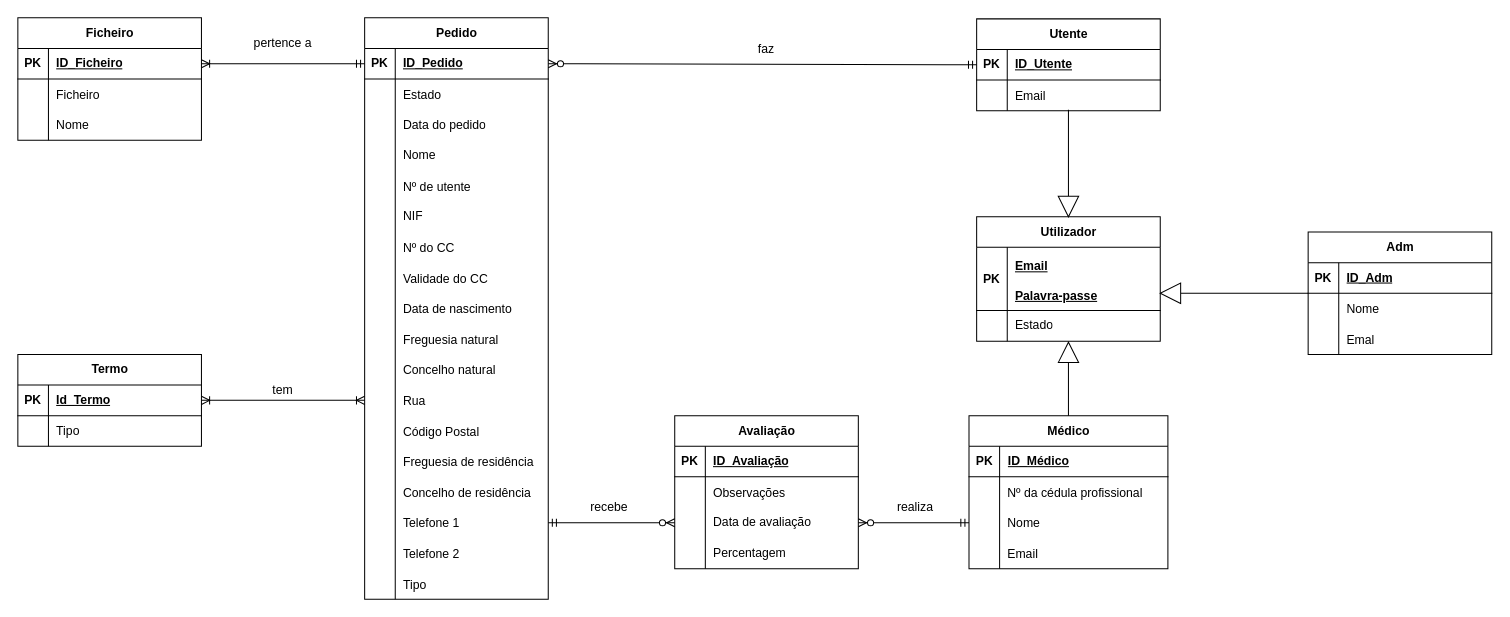
This is Diagramas/ER/diagrama_ER_JMAI.drawio from xaloftal/Juntas, a draw.io file, before an edit. Source tidied: cells renumbered, new cells numbered last; positions are measured from the earlier drawing's top-left corner, leaving out a move shared by most shapes. Both pictures are drawn from the tidied source at 102%, with x=0, y=0 at pixel (17, 17).
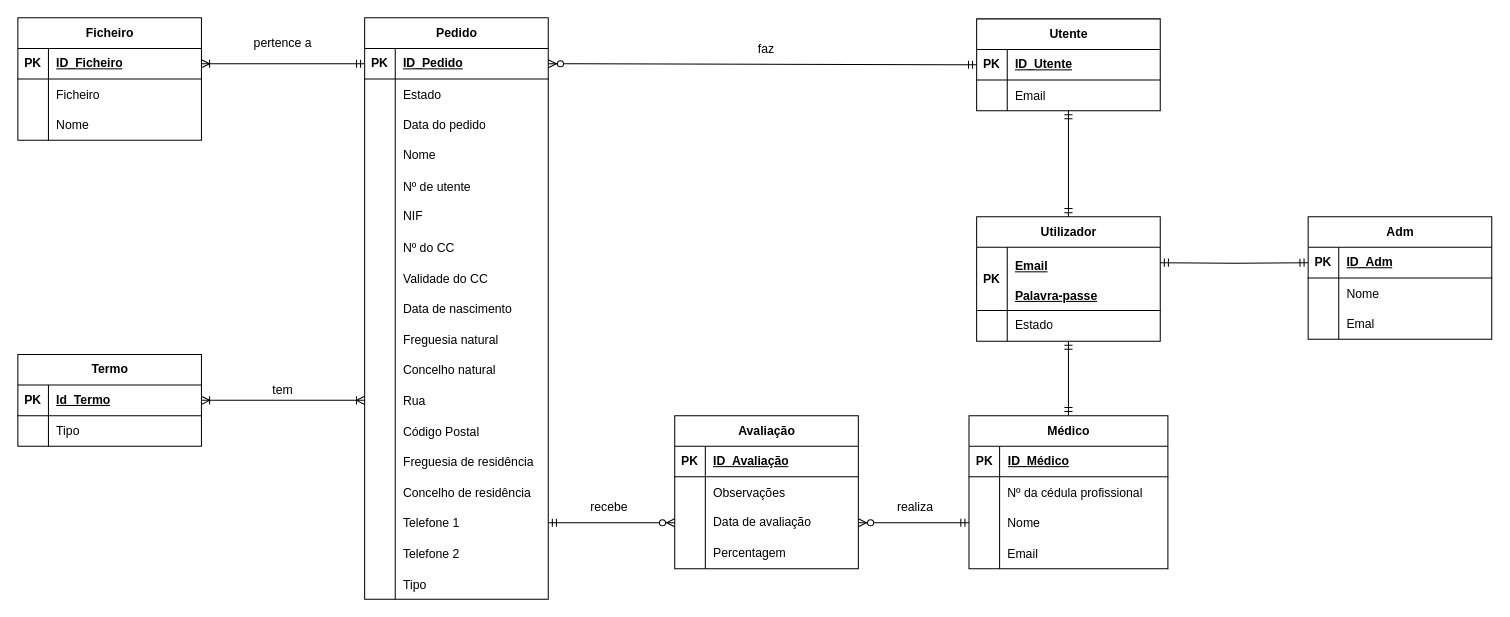
The same diagram, later.

Unchanged cells that the change refers to:
```xml
<mxCell id="80" value="Utilizador" style="shape=table;startSize=30;childLayout=tableLayout;rowLines=0;fontStyle=1;align=center;html=1;" parent="1" vertex="1">
  <mxGeometry x="940" y="195" width="180" height="122" as="geometry" />
</mxCell>
<mxCell id="91" style="shape=tableRow;horizontal=0;startSize=0;swimlaneHead=0;swimlaneBody=0;fillColor=none;points=[[0,0.5],[1,0.5]];portConstraint=eastwest;top=0;left=0;right=0;bottom=0;" parent="87" vertex="1">
  <mxGeometry y="60" width="180" height="30" as="geometry" />
</mxCell>
<mxCell id="95" style="shape=tableRow;horizontal=0;startSize=0;swimlaneHead=0;swimlaneBody=0;fillColor=none;points=[[0,0.5],[1,0.5]];portConstraint=eastwest;top=0;left=0;right=0;bottom=1;" parent="94" vertex="1">
  <mxGeometry y="30" width="180" height="30" as="geometry" />
</mxCell>
<mxCell id="104" value="Médico" style="shape=table;startSize=30;childLayout=tableLayout;rowLines=0;fontStyle=1;align=center;html=1;" parent="1" vertex="1">
  <mxGeometry x="932.5" y="390" width="195" height="150" as="geometry" />
</mxCell>
```

Change to the diagram source:
```diff
@@
     <mxCell id="94" value="Adm" style="shape=table;startSize=30;childLayout=tableLayout;rowLines=0;fontStyle=1;align=center;html=1;" parent="1" vertex="1">
-      <mxGeometry x="1265" y="210" width="180" height="120" as="geometry" />
+      <mxGeometry x="1265" y="195" width="180" height="120" as="geometry" />
     </mxCell>
@@
-    <mxCell id="119" style="endArrow=none;html=1;rounded=0;exitX=0.5;exitY=0;exitDx=0;exitDy=0;" parent="1" edge="1" source="104" target="120">
-      <mxGeometry relative="1" as="geometry" />
-    </mxCell>
-    <mxCell id="120" style="triangle;whiteSpace=wrap;html=1;rotation=-90;" parent="1" vertex="1">
-      <mxGeometry x="1020" y="318" width="20" height="20" as="geometry" />
-    </mxCell>
-    <mxCell id="121" style="endArrow=none;html=1;rounded=0;exitX=0;exitY=0.5;exitDx=0;exitDy=0;entryX=0.5;entryY=0.967;entryDx=0;entryDy=0;entryPerimeter=0;" parent="1" edge="1" source="122" target="91">
-      <mxGeometry relative="1" as="geometry" />
-    </mxCell>
-    <mxCell id="122" style="triangle;whiteSpace=wrap;html=1;rotation=90;" parent="1" vertex="1">
-      <mxGeometry x="1020" y="175" width="20" height="20" as="geometry" />
-    </mxCell>
-    <mxCell id="123" style="endArrow=none;html=1;rounded=0;exitX=0;exitY=0.5;exitDx=0;exitDy=0;" parent="1" edge="1" target="124">
-      <mxGeometry relative="1" as="geometry">
-        <mxPoint x="1265" y="270" as="sourcePoint" />
-      </mxGeometry>
-    </mxCell>
-    <mxCell id="124" style="triangle;whiteSpace=wrap;html=1;rotation=-180;" parent="1" vertex="1">
-      <mxGeometry x="1120" y="260" width="20" height="20" as="geometry" />
-    </mxCell>
@@
+    <mxCell id="141" style="edgeStyle=orthogonalEdgeStyle;fontSize=12;html=1;endArrow=ERmandOne;startArrow=ERmandOne;rounded=0;exitX=0.5;exitY=0;exitDx=0;exitDy=0;" parent="1" edge="1" source="80">
+      <mxGeometry relative="1" as="geometry">
+        <mxPoint x="1030" y="91" as="targetPoint" />
+      </mxGeometry>
+    </mxCell>
+    <mxCell id="142" style="edgeStyle=orthogonalEdgeStyle;fontSize=12;html=1;endArrow=ERmandOne;startArrow=ERmandOne;rounded=0;entryX=0;entryY=0.5;entryDx=0;entryDy=0;" parent="1" edge="1" target="95">
+      <mxGeometry relative="1" as="geometry">
+        <mxPoint x="1120" y="240" as="sourcePoint" />
+      </mxGeometry>
+    </mxCell>
+    <mxCell id="143" style="edgeStyle=orthogonalEdgeStyle;fontSize=12;html=1;endArrow=ERmandOne;startArrow=ERmandOne;rounded=0;entryX=0.5;entryY=0;entryDx=0;entryDy=0;exitX=0.5;exitY=1;exitDx=0;exitDy=0;" parent="1" edge="1" source="80" target="104">
+      <mxGeometry relative="1" as="geometry">
+        <Array as="points">
+          <mxPoint x="1030" y="330" />
+          <mxPoint x="1030" y="330" />
+        </Array>
+      </mxGeometry>
+    </mxCell>
```
